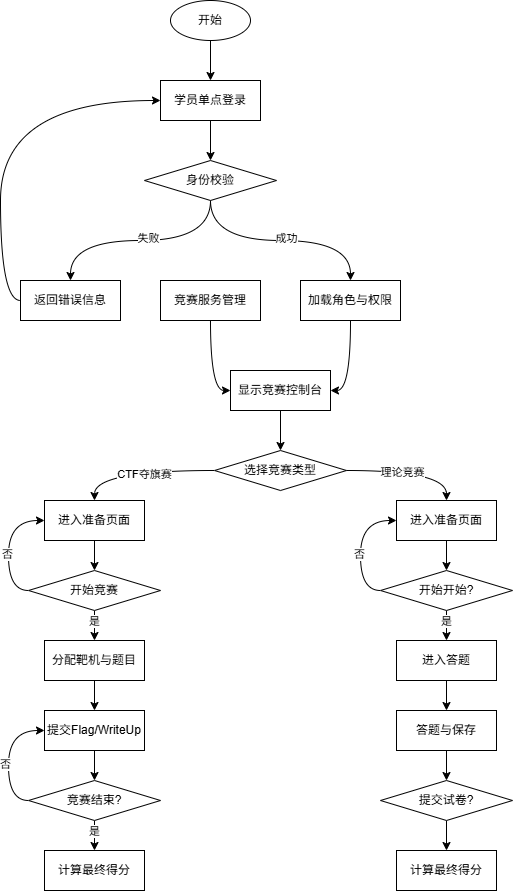
This is 竞赛一体化平台系统信息流程图.png from BlueTeethAC/drowIOWarehouse, a draw.io export, as it was before one commit. Source tidied: cells renumbered, new cells last; positions are measured from the earlier drawing's top-left corner, leaving out a move shared by most shapes.
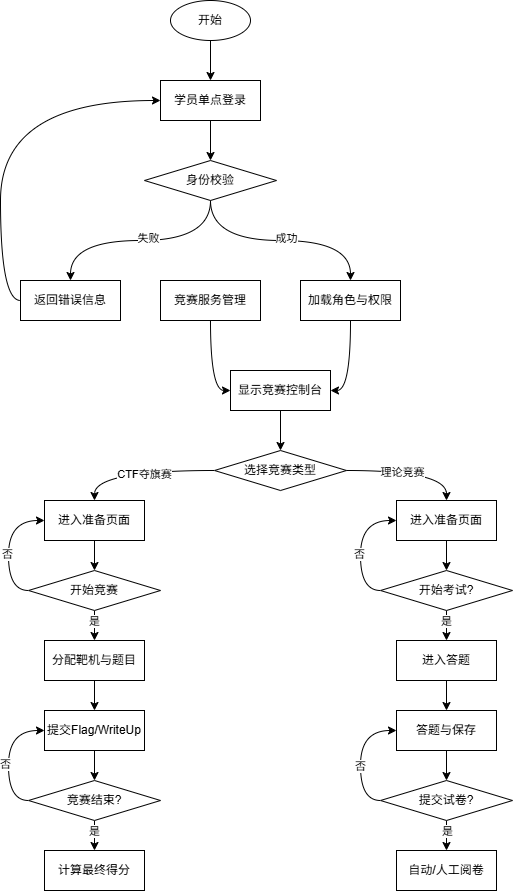
The same diagram one commit later.

Commit message:
更新竞赛一体化平台系统信息流程图.png

Diff of the diagram source:
```diff
@@ -137,7 +137,7 @@
     <mxCell id="46" value="否" style="edgeLabel;html=1;align=center;verticalAlign=middle;" parent="45" vertex="1">
       <mxGeometry x="-0.11" y="1" relative="1" as="geometry" />
     </mxCell>
-    <mxCell id="47" value="开始开始?" style="rhombus;whiteSpace=wrap;html=1;" parent="1" vertex="1">
+    <mxCell id="47" value="开始考试?" style="rhombus;whiteSpace=wrap;html=1;" parent="1" vertex="1">
       <mxGeometry x="360" y="570" width="132" height="40" as="geometry" />
     </mxCell>
     <mxCell id="48" style="edgeStyle=orthogonalEdgeStyle;curved=1;rounded=0;jettySize=auto;html=1;exitX=0.5;exitY=1;exitDx=0;exitDy=0;" parent="1" edge="1" source="49" target="51">
@@ -155,10 +155,19 @@
     <mxCell id="52" style="edgeStyle=orthogonalEdgeStyle;curved=1;rounded=0;jettySize=auto;html=1;exitX=0.5;exitY=1;exitDx=0;exitDy=0;entryX=0.5;entryY=0;entryDx=0;entryDy=0;" parent="1" edge="1" source="53" target="54">
       <mxGeometry relative="1" as="geometry" />
     </mxCell>
+    <mxCell id="55" value="是" style="edgeLabel;html=1;align=center;verticalAlign=middle;" parent="52" vertex="1">
+      <mxGeometry x="-0.27" y="1" relative="1" as="geometry" />
+    </mxCell>
+    <mxCell id="56" style="edgeStyle=orthogonalEdgeStyle;curved=1;rounded=0;jettySize=auto;html=1;exitX=0;exitY=0.5;exitDx=0;exitDy=0;entryX=0;entryY=0.5;entryDx=0;entryDy=0;" parent="1" edge="1" source="53" target="51">
+      <mxGeometry relative="1" as="geometry" />
+    </mxCell>
+    <mxCell id="57" value="否" style="edgeLabel;html=1;align=center;verticalAlign=middle;" parent="56" vertex="1">
+      <mxGeometry x="-0.13" relative="1" as="geometry" />
+    </mxCell>
     <mxCell id="53" value="提交试卷?" style="rhombus;whiteSpace=wrap;html=1;" parent="1" vertex="1">
       <mxGeometry x="360" y="780" width="132" height="40" as="geometry" />
     </mxCell>
-    <mxCell id="54" value="计算最终得分" style="rounded=0;whiteSpace=wrap;html=1;" parent="1" vertex="1">
+    <mxCell id="54" value="自动/人工阅卷" style="rounded=0;whiteSpace=wrap;html=1;" parent="1" vertex="1">
       <mxGeometry x="376" y="850" width="100" height="40" as="geometry" />
     </mxCell>
   </root>
```
